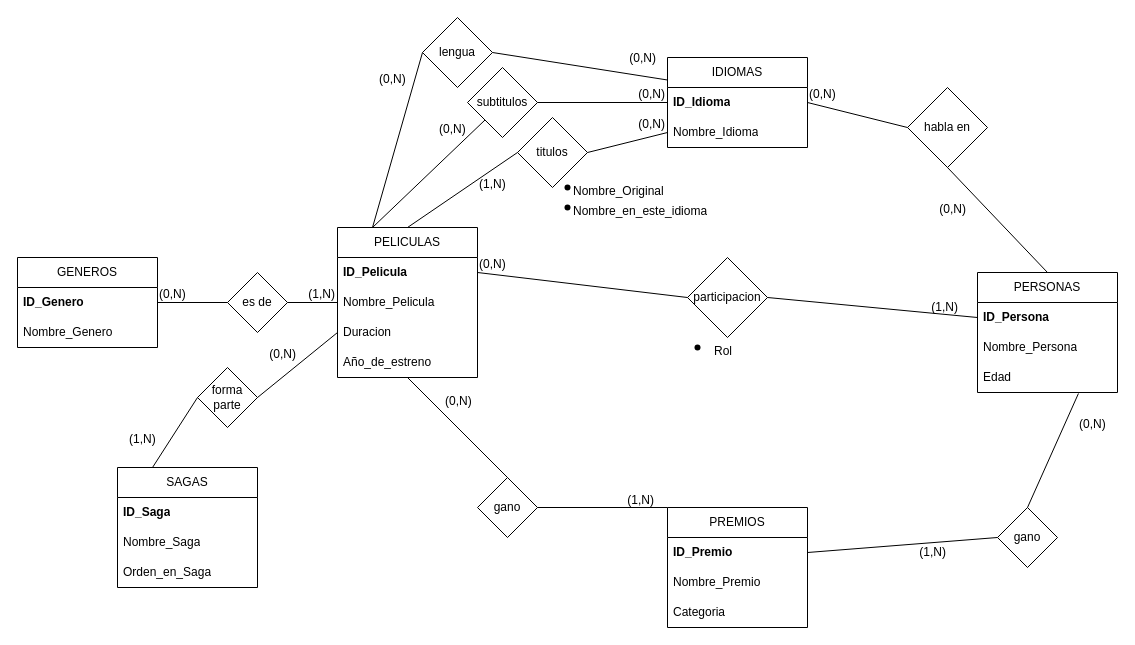
kolodani/AUS_Base_de_datos keeps this draw.io diagram as omdb.drawio. Above is the earlier version. Source tidied: cells renumbered, new cells numbered last; positions are measured from the earlier drawing's top-left corner, leaving out a move shared by most shapes. Both pictures are drawn from the tidied source at 100%, with x=0, y=0 at pixel (17, 17).
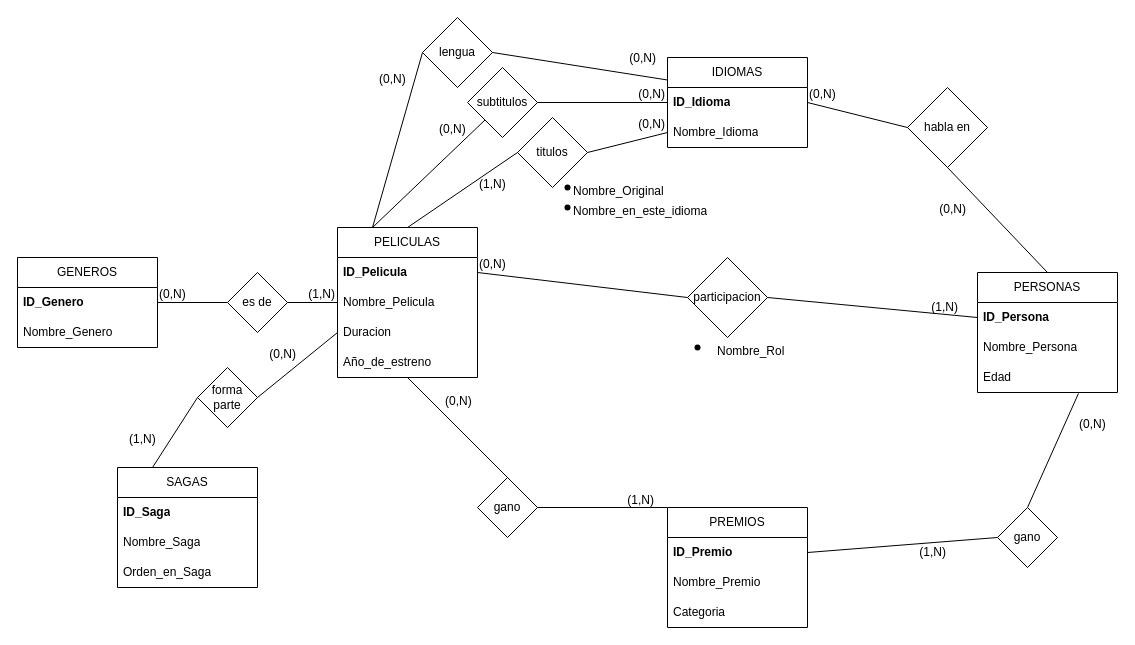
The same page after the edit.

The edit, as a diff of the source:
```diff
@@
     <mxCell id="64" style="group;" parent="1" vertex="1">
-      <mxGeometry x="687.1" y="320" width="50" height="30" as="geometry" />
+      <mxGeometry x="687.1" y="320" width="92.9" height="30" as="geometry" />
     </mxCell>
-    <mxCell id="65" value="Rol" style="text;strokeColor=none;fillColor=none;spacingLeft=4;spacingRight=4;overflow=hidden;fontSize=12;whiteSpace=wrap;html=1;" parent="64" vertex="1">
-      <mxGeometry x="3.9" width="41.2" height="30" as="geometry" />
+    <mxCell id="65" value="Nombre_Rol" style="text;strokeColor=none;fillColor=none;spacingLeft=4;spacingRight=4;overflow=hidden;fontSize=12;whiteSpace=wrap;html=1;" parent="64" vertex="1">
+      <mxGeometry x="7.3" width="76.5" height="30" as="geometry" />
     </mxCell>
```
